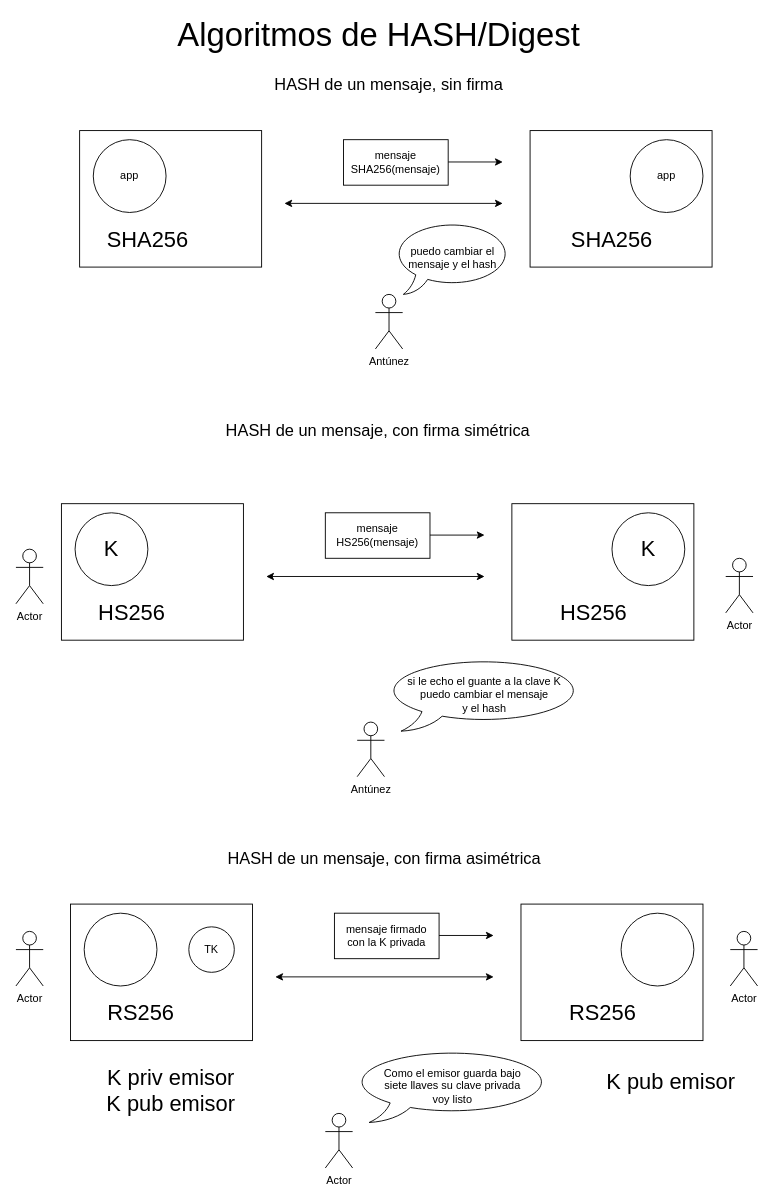
lrag/seguridad_java keeps this draw.io diagram as page "Página-8" (11 of 34) of seguridad.drawio. Above is the earlier version. Source tidied: cells renumbered, new cells numbered last; positions are measured from the earlier drawing's top-left corner, leaving out a move shared by most shapes. Both pictures are drawn from the tidied source at 91%, with x=0, y=0 at pixel (15, 21).
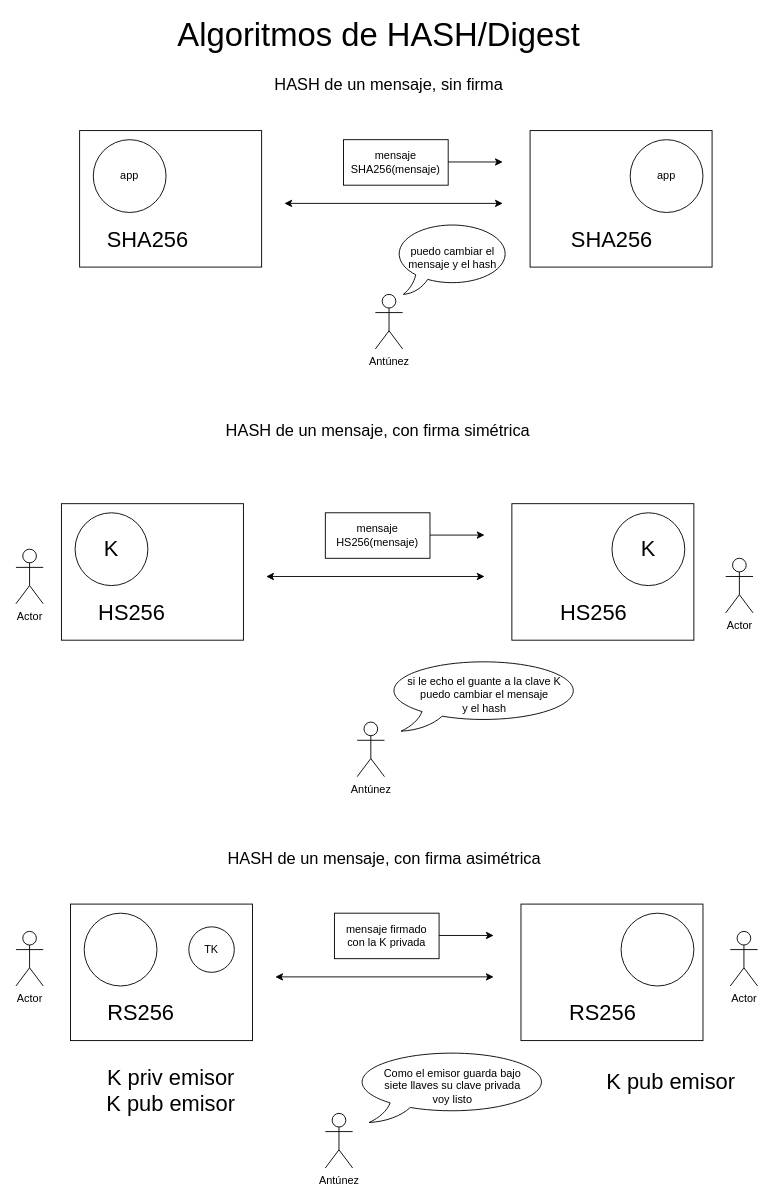
The same diagram, later.

Diff of the diagram source:
```diff
@@
-    <mxCell id="37" value="Actor" style="shape=umlActor;verticalLabelPosition=bottom;verticalAlign=top;html=1;fillColor=none;" parent="1" vertex="1">
+    <mxCell id="37" value="Antúnez" style="shape=umlActor;verticalLabelPosition=bottom;verticalAlign=top;html=1;fillColor=none;" parent="1" vertex="1">
       <mxGeometry x="340" y="1200" width="30" height="60" as="geometry" />
     </mxCell>
```
